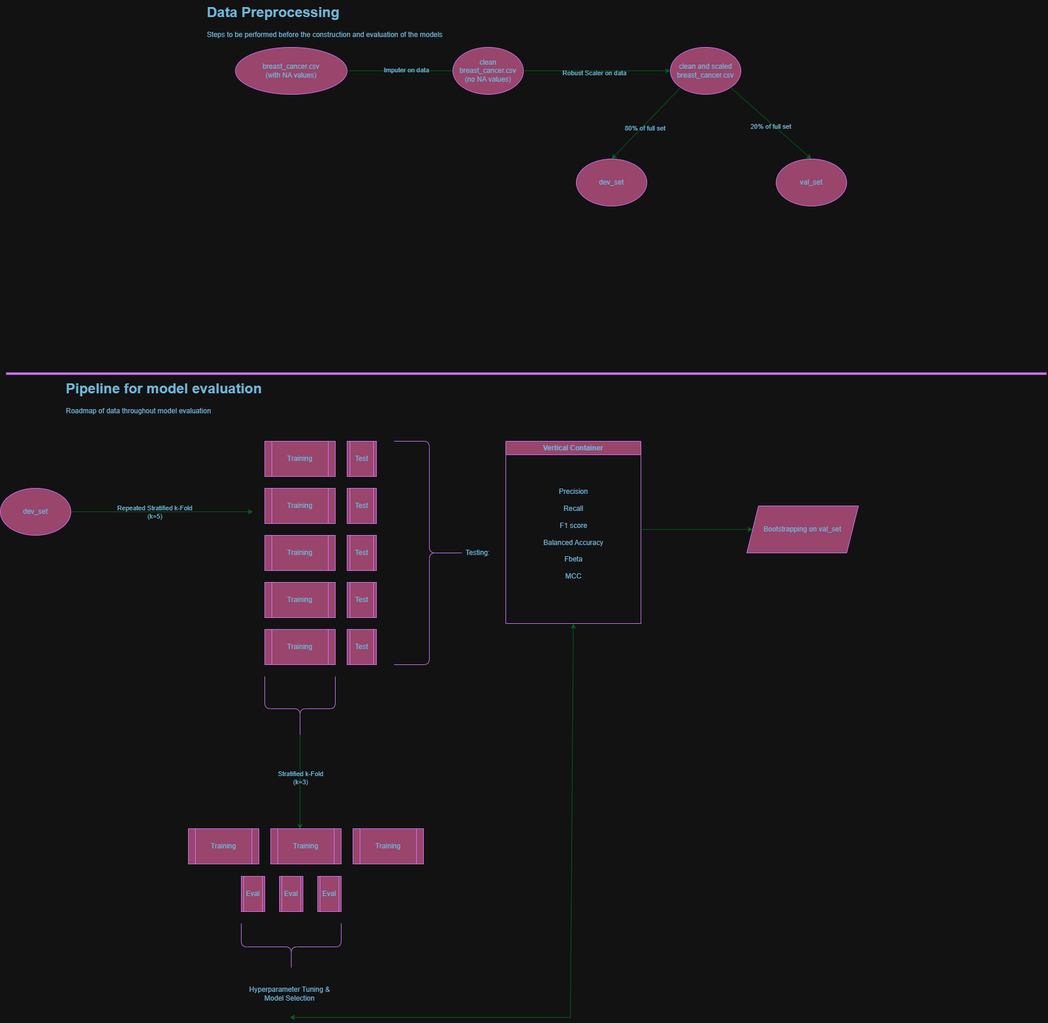
The draw.io diagram ass2.png in vex-me-not/Assignment-2, before a commit. Source tidied: cells renumbered, new cells last; positions are measured from the earlier drawing's top-left corner, leaving out a move shared by most shapes.
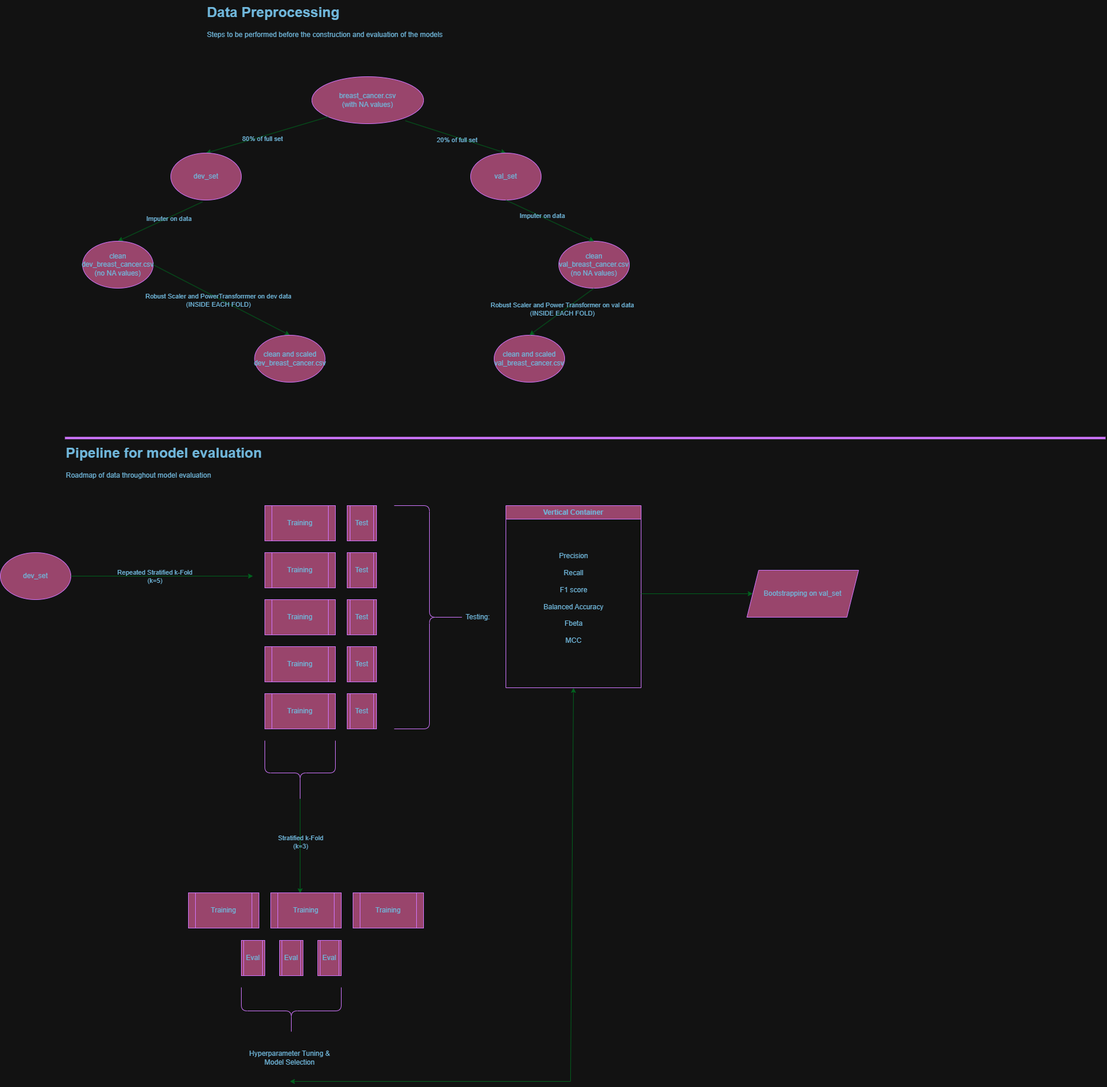
Later version of the same file.

Commit message:
Better diagram

The edit, as a diff of the source:
```diff
@@ -3,49 +3,49 @@
     <mxCell id="0" />
     <mxCell id="1" parent="0" />
     <mxCell id="2" style="line;strokeWidth=4;html=1;perimeter=backbonePerimeter;labelBackgroundColor=none;fillColor=#F694C1;strokeColor=#AF45ED;fontColor=#095C86;" parent="1" vertex="1">
-      <mxGeometry x="10" y="630" width="1770" height="10" as="geometry" />
+      <mxGeometry x="110" y="630" width="1770" height="10" as="geometry" />
     </mxCell>
     <mxCell id="3" value="&lt;h1 style=&quot;margin-top: 0px;&quot;&gt;Data Preprocessing&lt;/h1&gt;&lt;p&gt;Steps to be performed before the construction and evaluation of the models&lt;/p&gt;" style="text;html=1;whiteSpace=wrap;overflow=hidden;rounded=0;labelBackgroundColor=none;fontColor=#095C86;" parent="1" vertex="1">
-      <mxGeometry x="350" width="650" height="120" as="geometry" />
+      <mxGeometry x="350" y="-110" width="650" height="120" as="geometry" />
     </mxCell>
     <mxCell id="4" value="breast_cancer.csv&lt;br&gt;(with NA values)" style="ellipse;whiteSpace=wrap;html=1;labelBackgroundColor=none;fillColor=#F694C1;strokeColor=#AF45ED;fontColor=#095C86;" parent="1" vertex="1">
-      <mxGeometry x="400" y="80" width="190" height="80" as="geometry" />
+      <mxGeometry x="530" y="20" width="190" height="80" as="geometry" />
     </mxCell>
-    <mxCell id="5" style="endArrow=classic;html=1;rounded=0;exitX=1;exitY=0.5;exitDx=0;exitDy=0;entryX=0.75;entryY=1;entryDx=0;entryDy=0;labelBackgroundColor=none;strokeColor=#60E696;fontColor=default;" parent="1" edge="1" source="4" target="3">
+    <mxCell id="5" style="endArrow=classic;html=1;rounded=0;exitX=0.45;exitY=1.038;exitDx=0;exitDy=0;entryX=0.5;entryY=0;entryDx=0;entryDy=0;labelBackgroundColor=none;strokeColor=#60E696;fontColor=default;exitPerimeter=0;" parent="1" edge="1" source="15" target="7">
       <mxGeometry relative="1" as="geometry" />
     </mxCell>
     <mxCell id="6" value="Imputer on data" style="edgeLabel;html=1;align=center;verticalAlign=middle;labelBackgroundColor=none;fontColor=#095C86;" parent="5" vertex="1">
       <mxGeometry x="-0.2" y="2" relative="1" as="geometry" />
     </mxCell>
-    <mxCell id="7" value="clean breast_cancer.csv&lt;br&gt;(no NA values)" style="ellipse;whiteSpace=wrap;html=1;labelBackgroundColor=none;fillColor=#F694C1;strokeColor=#AF45ED;fontColor=#095C86;" parent="1" vertex="1">
-      <mxGeometry x="770" y="80" width="120" height="80" as="geometry" />
+    <mxCell id="7" value="clean dev_breast_cancer.csv&lt;br&gt;(no NA values)" style="ellipse;whiteSpace=wrap;html=1;labelBackgroundColor=none;fillColor=#F694C1;strokeColor=#AF45ED;fontColor=#095C86;" parent="1" vertex="1">
+      <mxGeometry x="140" y="300" width="120" height="80" as="geometry" />
     </mxCell>
-    <mxCell id="8" style="endArrow=classic;html=1;rounded=0;exitX=1;exitY=0.5;exitDx=0;exitDy=0;labelBackgroundColor=none;strokeColor=#60E696;fontColor=default;" parent="1" edge="1" source="7" target="10">
+    <mxCell id="8" style="endArrow=classic;html=1;rounded=0;exitX=1;exitY=0.5;exitDx=0;exitDy=0;labelBackgroundColor=none;strokeColor=#60E696;fontColor=default;entryX=0.5;entryY=0;entryDx=0;entryDy=0;" parent="1" edge="1" source="7" target="10">
       <mxGeometry relative="1" as="geometry" />
     </mxCell>
-    <mxCell id="9" value="Robust Scaler on data" style="edgeLabel;html=1;align=center;verticalAlign=middle;labelBackgroundColor=none;fontColor=#095C86;" parent="8" vertex="1">
+    <mxCell id="9" value="Robust Scaler and PowerTransforrmer on dev data&lt;br&gt;(INSIDE EACH FOLD)" style="edgeLabel;html=1;align=center;verticalAlign=middle;labelBackgroundColor=none;fontColor=#095C86;" parent="8" vertex="1">
       <mxGeometry x="-0.04" y="-3" relative="1" as="geometry" />
     </mxCell>
-    <mxCell id="10" value="clean and scaled breast_cancer.csv" style="ellipse;whiteSpace=wrap;html=1;labelBackgroundColor=none;fillColor=#F694C1;strokeColor=#AF45ED;fontColor=#095C86;" parent="1" vertex="1">
-      <mxGeometry x="1140" y="80" width="120" height="80" as="geometry" />
+    <mxCell id="10" value="clean and scaled dev_breast_cancer.csv" style="ellipse;whiteSpace=wrap;html=1;labelBackgroundColor=none;fillColor=#F694C1;strokeColor=#AF45ED;fontColor=#095C86;" parent="1" vertex="1">
+      <mxGeometry x="432.5" y="460" width="120" height="80" as="geometry" />
     </mxCell>
-    <mxCell id="11" style="endArrow=classic;html=1;rounded=0;exitX=0;exitY=1;exitDx=0;exitDy=0;entryX=0.5;entryY=0;entryDx=0;entryDy=0;labelBackgroundColor=none;strokeColor=#60E696;fontColor=default;" parent="1" edge="1" source="10" target="15">
+    <mxCell id="11" style="endArrow=classic;html=1;rounded=0;entryX=0.5;entryY=0;entryDx=0;entryDy=0;labelBackgroundColor=none;strokeColor=#60E696;fontColor=default;exitX=0;exitY=1;exitDx=0;exitDy=0;" parent="1" edge="1" source="4" target="15">
       <mxGeometry relative="1" as="geometry" />
     </mxCell>
     <mxCell id="12" value="80% of full set" style="edgeLabel;html=1;align=center;verticalAlign=middle;labelBackgroundColor=none;fontColor=#095C86;" parent="11" vertex="1">
       <mxGeometry x="0.08" y="4" relative="1" as="geometry" />
     </mxCell>
-    <mxCell id="13" style="endArrow=classic;html=1;rounded=0;exitX=1;exitY=1;exitDx=0;exitDy=0;entryX=0.5;entryY=0;entryDx=0;entryDy=0;labelBackgroundColor=none;strokeColor=#60E696;fontColor=default;" parent="1" edge="1" source="10" target="16">
+    <mxCell id="13" style="endArrow=classic;html=1;rounded=0;exitX=0.837;exitY=0.938;exitDx=0;exitDy=0;entryX=0.5;entryY=0;entryDx=0;entryDy=0;labelBackgroundColor=none;strokeColor=#60E696;fontColor=default;exitPerimeter=0;" parent="1" edge="1" source="4" target="16">
       <mxGeometry relative="1" as="geometry" />
     </mxCell>
     <mxCell id="14" value="20% of full set" style="edgeLabel;html=1;align=center;verticalAlign=middle;labelBackgroundColor=none;fontColor=#095C86;" parent="13" vertex="1">
       <mxGeometry x="0.03" y="-4" relative="1" as="geometry" />
     </mxCell>
     <mxCell id="15" value="dev_set" style="ellipse;whiteSpace=wrap;html=1;labelBackgroundColor=none;fillColor=#F694C1;strokeColor=#AF45ED;fontColor=#095C86;" parent="1" vertex="1">
-      <mxGeometry x="980" y="270" width="120" height="80" as="geometry" />
+      <mxGeometry x="290" y="150" width="120" height="80" as="geometry" />
     </mxCell>
     <mxCell id="16" value="val_set" style="ellipse;whiteSpace=wrap;html=1;labelBackgroundColor=none;fillColor=#F694C1;strokeColor=#AF45ED;fontColor=#095C86;" parent="1" vertex="1">
-      <mxGeometry x="1320" y="270" width="120" height="80" as="geometry" />
+      <mxGeometry x="800" y="150" width="120" height="80" as="geometry" />
     </mxCell>
     <mxCell id="17" value="&lt;h1 style=&quot;margin-top: 0px;&quot;&gt;Pipeline for model evaluation&lt;/h1&gt;&lt;p&gt;Roadmap of data throughout model evaluation&lt;/p&gt;" style="text;html=1;whiteSpace=wrap;overflow=hidden;rounded=0;labelBackgroundColor=none;fontColor=#095C86;" parent="1" vertex="1">
       <mxGeometry x="110" y="640" width="450" height="120" as="geometry" />
@@ -150,5 +150,23 @@
         <mxPoint x="1090" y="900" as="sourcePoint" />
       </mxGeometry>
     </mxCell>
+    <mxCell id="48" value="clean val_breast_cancer.csv&lt;br&gt;(no NA values)" style="ellipse;whiteSpace=wrap;html=1;labelBackgroundColor=none;fillColor=#F694C1;strokeColor=#AF45ED;fontColor=#095C86;" parent="1" vertex="1">
+      <mxGeometry x="950" y="300" width="120" height="80" as="geometry" />
+    </mxCell>
+    <mxCell id="49" style="endArrow=classic;html=1;rounded=0;exitX=0.5;exitY=1;exitDx=0;exitDy=0;entryX=0.5;entryY=0;entryDx=0;entryDy=0;labelBackgroundColor=none;strokeColor=#60E696;fontColor=default;" parent="1" edge="1" source="16" target="48">
+      <mxGeometry relative="1" as="geometry" />
+    </mxCell>
+    <mxCell id="50" value="Imputer on data" style="edgeLabel;html=1;align=center;verticalAlign=middle;labelBackgroundColor=none;fontColor=#095C86;" parent="49" vertex="1">
+      <mxGeometry x="-0.2" y="2" relative="1" as="geometry" />
+    </mxCell>
+    <mxCell id="51" value="clean and scaled val_breast_cancer.csv" style="ellipse;whiteSpace=wrap;html=1;labelBackgroundColor=none;fillColor=#F694C1;strokeColor=#AF45ED;fontColor=#095C86;" parent="1" vertex="1">
+      <mxGeometry x="840" y="460" width="120" height="80" as="geometry" />
+    </mxCell>
+    <mxCell id="52" style="endArrow=classic;html=1;rounded=0;exitX=0.5;exitY=1;exitDx=0;exitDy=0;labelBackgroundColor=none;strokeColor=#60E696;fontColor=default;entryX=0.5;entryY=0;entryDx=0;entryDy=0;" parent="1" edge="1" source="48" target="51">
+      <mxGeometry relative="1" as="geometry" />
+    </mxCell>
+    <mxCell id="53" value="Robust Scaler and Power Transformer on val data&lt;br&gt;(INSIDE EACH FOLD)" style="edgeLabel;html=1;align=center;verticalAlign=middle;labelBackgroundColor=none;fontColor=#095C86;" parent="52" vertex="1">
+      <mxGeometry x="-0.04" y="-3" relative="1" as="geometry" />
+    </mxCell>
   </root>
 </mxGraphModel>
```
